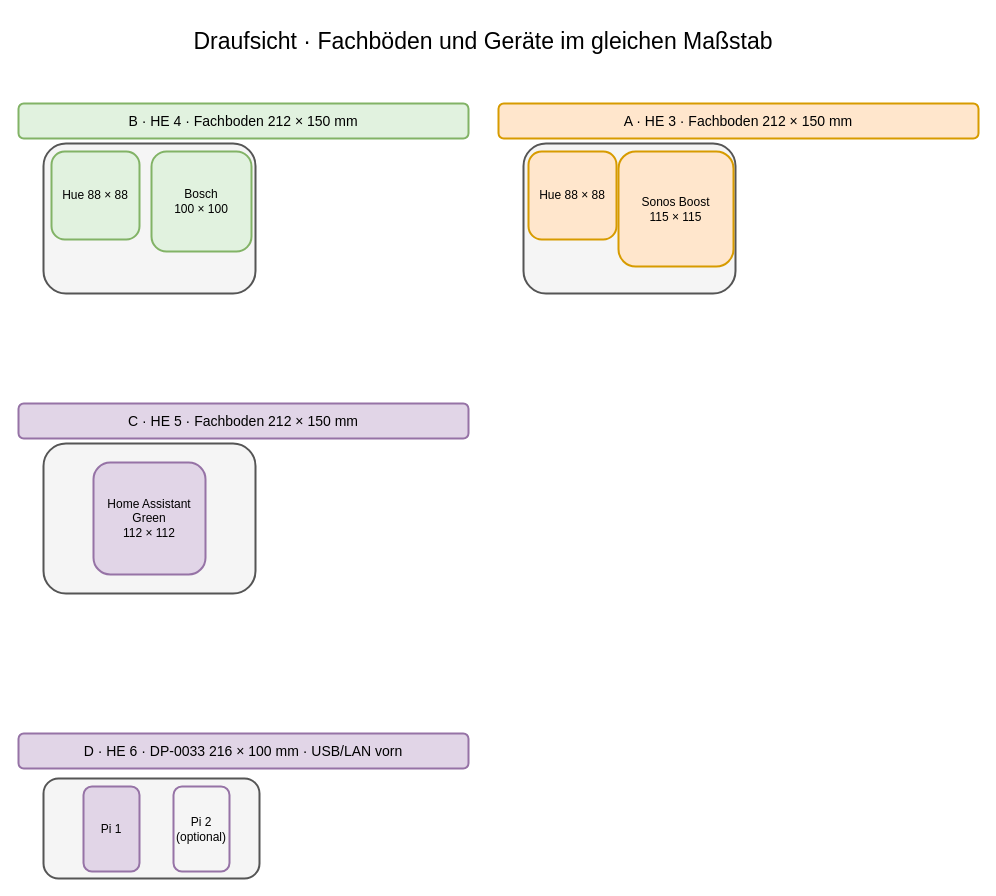
Earlier version of the draw.io diagram page "Fachböden – Draufsicht" (2 of 7) of 10-zoll-rack-planung.drawio (tiptronic/diagrams). Source tidied: cells renumbered, new cells numbered last; positions are measured from the earlier drawing's top-left corner, leaving out a move shared by most shapes. Both pictures are drawn from the tidied source at 100%, with x=0, y=0 at pixel (18, 18).
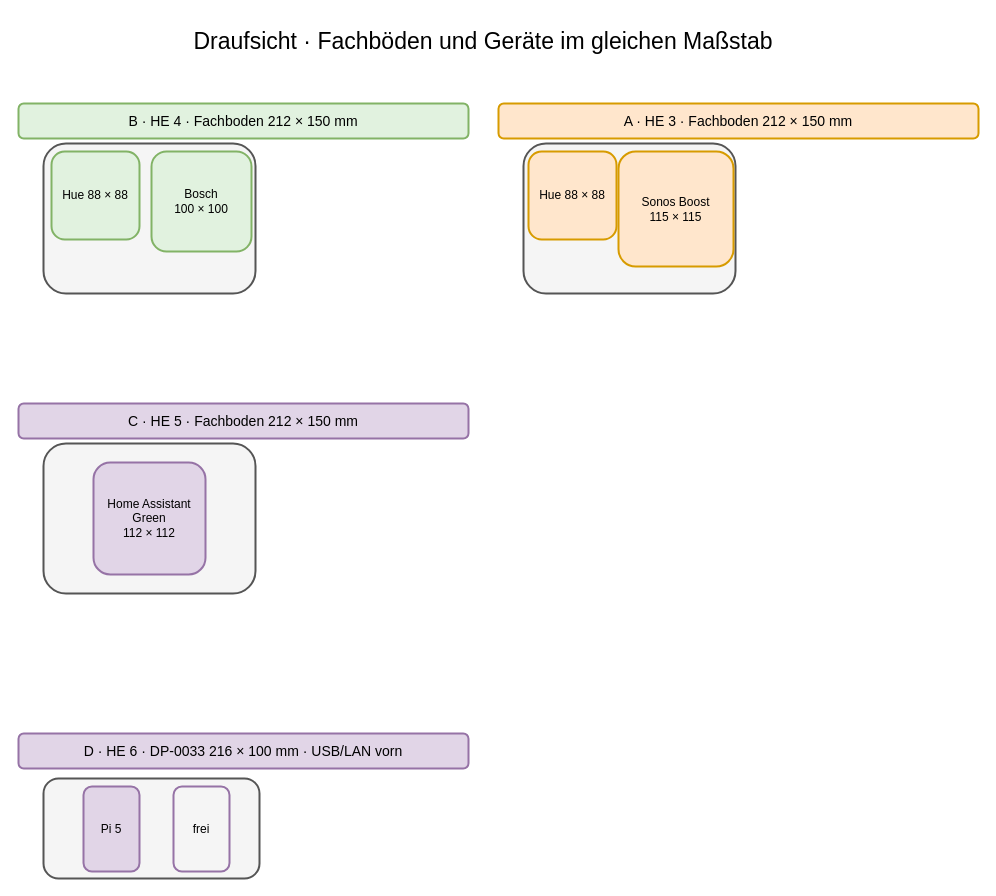
The same diagram, later.

The edit, as a diff of the source:
```diff
@@
 <mxGraphModel>
   <root>
     <mxCell id="0" />
     <mxCell id="1" parent="0" />
     <mxCell id="2" value="Draufsicht · Fachböden und Geräte im gleichen Maßstab" style="rounded=1;whiteSpace=wrap;html=1;align=center;verticalAlign=middle;strokeWidth=2;fontSize=23;fillColor=#ffffff;strokeColor=#ffffff;" parent="1" vertex="1">
       <mxGeometry width="930" height="45" as="geometry" />
     </mxCell>
     <mxCell id="3" value="B · HE 4 · Fachboden 212 × 150 mm" style="rounded=1;whiteSpace=wrap;html=1;align=center;verticalAlign=middle;strokeWidth=2;fontSize=14;fillColor=#e1f2df;strokeColor=#82b366;" parent="1" vertex="1">
       <mxGeometry y="85" width="450" height="35" as="geometry" />
     </mxCell>
     <mxCell id="4" style="rounded=1;whiteSpace=wrap;html=1;align=center;verticalAlign=middle;strokeWidth=2;fontSize=14;fillColor=#f5f5f5;strokeColor=#555555;" parent="1" vertex="1">
       <mxGeometry x="25" y="125" width="212" height="150" as="geometry" />
     </mxCell>
     <mxCell id="5" value="Hue 88 × 88" style="rounded=1;whiteSpace=wrap;html=1;align=center;verticalAlign=middle;strokeWidth=2;fontSize=12;fillColor=#e1f2df;strokeColor=#82b366;" parent="1" vertex="1">
       <mxGeometry x="33" y="133" width="88" height="88" as="geometry" />
     </mxCell>
     <mxCell id="6" value="Bosch&#10;100 × 100" style="rounded=1;whiteSpace=wrap;html=1;align=center;verticalAlign=middle;strokeWidth=2;fontSize=12;fillColor=#e1f2df;strokeColor=#82b366;" parent="1" vertex="1">
       <mxGeometry x="133" y="133" width="100" height="100" as="geometry" />
     </mxCell>
     <mxCell id="7" value="A · HE 3 · Fachboden 212 × 150 mm" style="rounded=1;whiteSpace=wrap;html=1;align=center;verticalAlign=middle;strokeWidth=2;fontSize=14;fillColor=#ffe6cc;strokeColor=#d79b00;" parent="1" vertex="1">
       <mxGeometry x="480" y="85" width="480" height="35" as="geometry" />
     </mxCell>
     <mxCell id="8" style="rounded=1;whiteSpace=wrap;html=1;align=center;verticalAlign=middle;strokeWidth=2;fontSize=14;fillColor=#f5f5f5;strokeColor=#555555;" parent="1" vertex="1">
       <mxGeometry x="505" y="125" width="212" height="150" as="geometry" />
     </mxCell>
     <mxCell id="9" value="Hue 88 × 88" style="rounded=1;whiteSpace=wrap;html=1;align=center;verticalAlign=middle;strokeWidth=2;fontSize=12;fillColor=#ffe6cc;strokeColor=#d79b00;" parent="1" vertex="1">
       <mxGeometry x="510" y="133" width="88" height="88" as="geometry" />
     </mxCell>
     <mxCell id="10" value="Sonos Boost&#10;115 × 115" style="rounded=1;whiteSpace=wrap;html=1;align=center;verticalAlign=middle;strokeWidth=2;fontSize=12;fillColor=#ffe6cc;strokeColor=#d79b00;" parent="1" vertex="1">
       <mxGeometry x="600" y="133" width="115" height="115" as="geometry" />
     </mxCell>
     <mxCell id="11" value="C · HE 5 · Fachboden 212 × 150 mm" style="rounded=1;whiteSpace=wrap;html=1;align=center;verticalAlign=middle;strokeWidth=2;fontSize=14;fillColor=#e1d5e7;strokeColor=#9673a6;" parent="1" vertex="1">
       <mxGeometry y="385" width="450" height="35" as="geometry" />
     </mxCell>
     <mxCell id="12" style="rounded=1;whiteSpace=wrap;html=1;align=center;verticalAlign=middle;strokeWidth=2;fontSize=14;fillColor=#f5f5f5;strokeColor=#555555;" parent="1" vertex="1">
       <mxGeometry x="25" y="425" width="212" height="150" as="geometry" />
     </mxCell>
     <mxCell id="13" value="Home Assistant Green&#10;112 × 112" style="rounded=1;whiteSpace=wrap;html=1;align=center;verticalAlign=middle;strokeWidth=2;fontSize=12;fillColor=#e1d5e7;strokeColor=#9673a6;" parent="1" vertex="1">
       <mxGeometry x="75" y="444" width="112" height="112" as="geometry" />
     </mxCell>
     <mxCell id="14" value="D · HE 6 · DP-0033 216 × 100 mm · USB/LAN vorn" style="rounded=1;whiteSpace=wrap;html=1;align=center;verticalAlign=middle;strokeWidth=2;fontSize=14;fillColor=#e1d5e7;strokeColor=#9673a6;" parent="1" vertex="1">
       <mxGeometry y="715" width="450" height="35" as="geometry" />
     </mxCell>
     <mxCell id="15" style="rounded=1;whiteSpace=wrap;html=1;align=center;verticalAlign=middle;strokeWidth=2;fontSize=14;fillColor=#f5f5f5;strokeColor=#555555;" parent="1" vertex="1">
       <mxGeometry x="25" y="760" width="216" height="100" as="geometry" />
     </mxCell>
-    <mxCell id="16" value="Pi 1" style="rounded=1;whiteSpace=wrap;html=1;align=center;verticalAlign=middle;strokeWidth=2;fontSize=12;fillColor=#e1d5e7;strokeColor=#9673a6;" parent="1" vertex="1">
+    <mxCell id="16" value="Pi 5" style="rounded=1;whiteSpace=wrap;html=1;align=center;verticalAlign=middle;strokeWidth=2;fontSize=12;fillColor=#e1d5e7;strokeColor=#9673a6;" parent="1" vertex="1">
       <mxGeometry x="65" y="768" width="56" height="85" as="geometry" />
     </mxCell>
-    <mxCell id="17" value="Pi 2 (optional)" style="rounded=1;whiteSpace=wrap;html=1;align=center;verticalAlign=middle;strokeWidth=2;fontSize=12;fillColor=#f5f5f5;strokeColor=#9673a6;" parent="1" vertex="1">
+    <mxCell id="17" value="frei" style="rounded=1;whiteSpace=wrap;html=1;align=center;verticalAlign=middle;strokeWidth=2;fontSize=12;fillColor=#f5f5f5;strokeColor=#9673a6;" parent="1" vertex="1">
       <mxGeometry x="155" y="768" width="56" height="85" as="geometry" />
     </mxCell>
   </root>
 </mxGraphModel>
```
